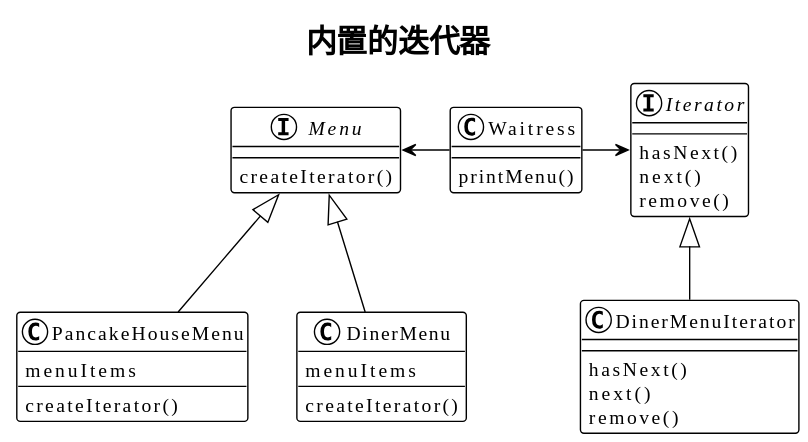
chesterchenn/HFDP keeps this PlantUML diagram as src/chapteri/b/uml.svg. Above is the earlier version.
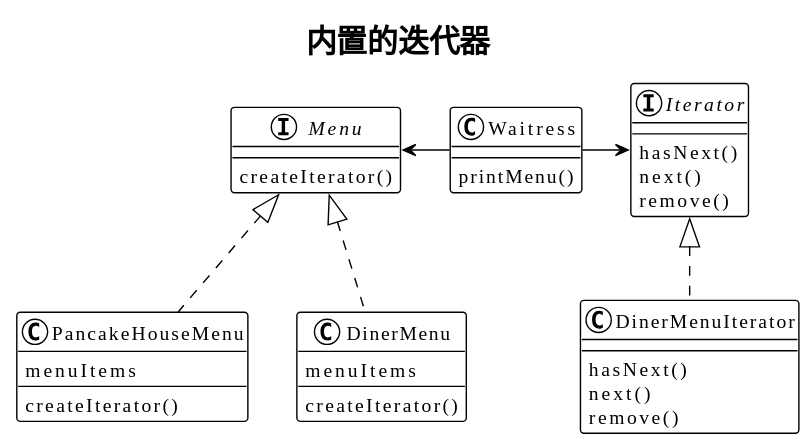
Later version of the same file.

Commit message:
fix: 📝修改UML图的错误

The edit, as a diff of the source:
```diff
@@ -35,9 +35,9 @@
 Waitress -L-> Menu
 Waitress -R-> Iterator
 
-Menu <|-- PancakeHouseMenu
-Menu <|-- DinerMenu
+Menu <|.. PancakeHouseMenu
+Menu <|.. DinerMenu
 
-Iterator <|-- DinerMenuIterator
+Iterator <|.. DinerMenuIterator
 
 @enduml
```
